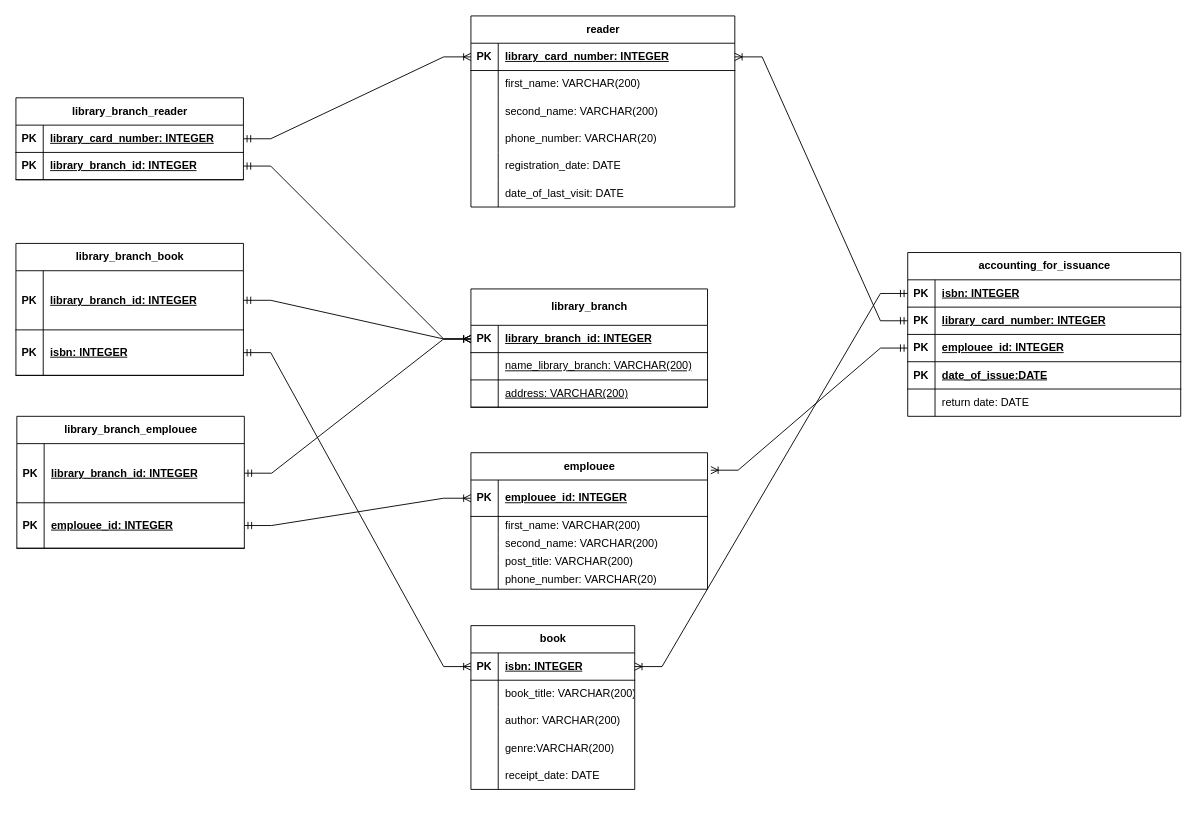
Above: lab1/lab1_task3.drawio in ValentinKonstantinov/-Database (draw.io), before the change. Source tidied: cells renumbered, new cells numbered last; positions are measured from the earlier drawing's top-left corner, leaving out a move shared by most shapes. Both pictures are drawn from the tidied source at 91%, with x=0, y=0 at pixel (15, 15).
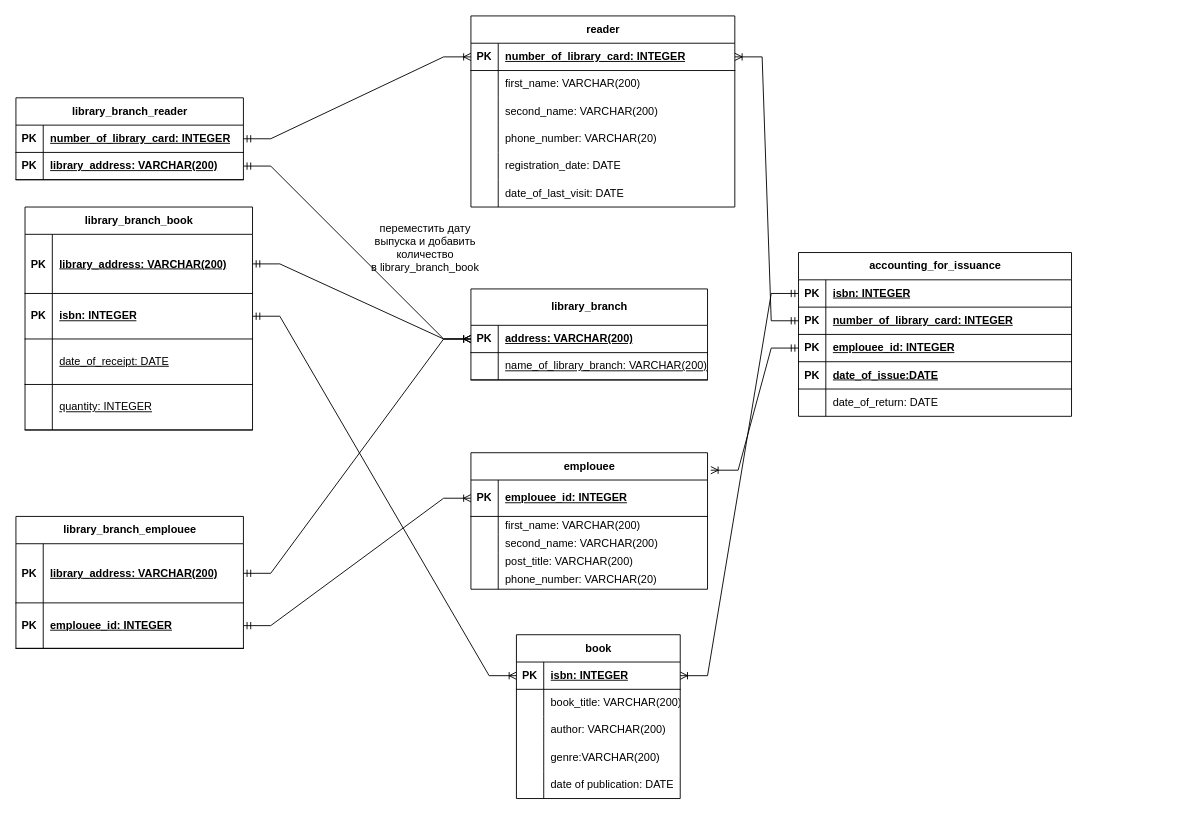
After the change.

Unchanged cells that the change refers to:
```xml
<mxCell id="19" style="shape=tableRow;horizontal=0;startSize=0;swimlaneHead=0;swimlaneBody=0;fillColor=none;points=[[0,0.5],[1,0.5]];portConstraint=eastwest;top=0;left=0;right=0;bottom=1;" parent="18" vertex="1">
  <mxGeometry y="40" width="260" height="30" as="geometry" />
</mxCell>
<mxCell id="22" style="shape=tableRow;horizontal=0;startSize=0;swimlaneHead=0;swimlaneBody=0;fillColor=none;top=0;left=0;right=0;bottom=1;" parent="18" vertex="1">
  <mxGeometry y="70" width="260" height="30" as="geometry" />
</mxCell>
<mxCell id="29" style="shape=tableRow;horizontal=0;startSize=0;swimlaneHead=0;swimlaneBody=0;fillColor=none;points=[[0,0.5],[1,0.5]];portConstraint=eastwest;top=0;left=0;right=0;bottom=1;" parent="28" vertex="1">
  <mxGeometry y="30" width="250" height="65" as="geometry" />
</mxCell>
<mxCell id="48" style="shape=tableRow;horizontal=0;startSize=0;swimlaneHead=0;swimlaneBody=0;fillColor=none;top=0;left=0;right=0;bottom=0;" parent="35" vertex="1">
  <mxGeometry y="150" width="180" height="30" as="geometry" />
</mxCell>
<mxCell id="52" style="shape=tableRow;horizontal=0;startSize=0;swimlaneHead=0;swimlaneBody=0;fillColor=none;points=[[0,0.5],[1,0.5]];portConstraint=eastwest;top=0;left=0;right=0;bottom=1;" parent="51" vertex="1">
  <mxGeometry y="30" width="290" height="30" as="geometry" />
</mxCell>
<mxCell id="74" style="shape=tableRow;horizontal=0;startSize=0;swimlaneHead=0;swimlaneBody=0;fillColor=none;points=[[0,0.5],[1,0.5]];portConstraint=eastwest;top=0;left=0;right=0;bottom=1;" parent="70" vertex="1">
  <mxGeometry y="60" width="300" height="30" as="geometry" />
</mxCell>
<mxCell id="83" style="shape=tableRow;horizontal=0;startSize=0;swimlaneHead=0;swimlaneBody=0;fillColor=none;top=0;left=0;right=0;bottom=0;" parent="70" vertex="1">
  <mxGeometry y="150" width="300" height="30" as="geometry" />
</mxCell>
<mxCell id="94" style="shape=tableRow;horizontal=0;startSize=0;swimlaneHead=0;swimlaneBody=0;fillColor=none;points=[[0,0.5],[1,0.5]];portConstraint=eastwest;top=0;left=0;right=0;bottom=1;" parent="93" vertex="1">
  <mxGeometry y="30" width="250" height="65" as="geometry" />
</mxCell>
<mxCell id="102" style="shape=tableRow;horizontal=0;startSize=0;swimlaneHead=0;swimlaneBody=0;fillColor=none;points=[[0,0.5],[1,0.5]];portConstraint=eastwest;top=0;left=0;right=0;bottom=1;" parent="101" vertex="1">
  <mxGeometry y="30" width="250" height="30" as="geometry" />
</mxCell>
<mxCell id="105" style="shape=tableRow;horizontal=0;startSize=0;swimlaneHead=0;swimlaneBody=0;fillColor=none;points=[[0,0.5],[1,0.5]];portConstraint=eastwest;top=0;left=0;right=0;bottom=1;" parent="101" vertex="1">
  <mxGeometry y="60" width="250" height="30" as="geometry" />
</mxCell>
```

What changed in the source:
```diff
@@
     <mxCell id="18" value="library_branch" style="shape=table;startSize=40;childLayout=tableLayout;rowLines=0;fontStyle=1;align=center;html=1;" parent="1" vertex="1">
-      <mxGeometry x="500" y="300" width="260" height="130" as="geometry" />
+      <mxGeometry x="500" y="300" width="260" height="100" as="geometry" />
     </mxCell>
@@
-    <mxCell id="21" value="library_branch_id: INTEGER" style="shape=partialRectangle;fillColor=none;top=0;left=0;bottom=0;right=0;align=left;spacingLeft=6;fontStyle=5;overflow=hidden;whiteSpace=wrap;html=1;" parent="19" vertex="1">
+    <mxCell id="21" value="address: VARCHAR(200)" style="shape=partialRectangle;fillColor=none;top=0;left=0;bottom=0;right=0;align=left;spacingLeft=6;fontStyle=5;overflow=hidden;whiteSpace=wrap;html=1;" parent="19" vertex="1">
       <mxGeometry x="30" width="230" height="30" as="geometry" />
     </mxCell>
@@
-    <mxCell id="24" value="&lt;span style=&quot;font-weight: normal;&quot;&gt;name_library_branch:&amp;nbsp;VARCHAR(200)&lt;/span&gt;" style="shape=partialRectangle;fillColor=none;top=0;left=0;bottom=0;right=0;align=left;spacingLeft=6;fontStyle=5;overflow=hidden;whiteSpace=wrap;html=1;" parent="22" vertex="1">
+    <mxCell id="24" value="&lt;span style=&quot;font-weight: normal;&quot;&gt;name_of_library_branch:&amp;nbsp;VARCHAR(200)&lt;/span&gt;" style="shape=partialRectangle;fillColor=none;top=0;left=0;bottom=0;right=0;align=left;spacingLeft=6;fontStyle=5;overflow=hidden;whiteSpace=wrap;html=1;" parent="22" vertex="1">
       <mxGeometry x="30" width="230" height="30" as="geometry" />
     </mxCell>
-    <mxCell id="25" style="shape=tableRow;horizontal=0;startSize=0;swimlaneHead=0;swimlaneBody=0;fillColor=none;top=0;left=0;right=0;bottom=1;" parent="18" vertex="1">
-      <mxGeometry y="100" width="260" height="30" as="geometry" />
-    </mxCell>
-    <mxCell id="26" style="shape=partialRectangle;fillColor=none;top=0;left=0;bottom=0;right=0;fontStyle=1;overflow=hidden;whiteSpace=wrap;html=1;" parent="25" vertex="1">
-      <mxGeometry width="30" height="30" as="geometry" />
-    </mxCell>
-    <mxCell id="27" value="&lt;span style=&quot;font-weight: normal;&quot;&gt;address: VARCHAR(200)&lt;/span&gt;" style="shape=partialRectangle;fillColor=none;top=0;left=0;bottom=0;right=0;align=left;spacingLeft=6;fontStyle=5;overflow=hidden;whiteSpace=wrap;html=1;" parent="25" vertex="1">
-      <mxGeometry x="30" width="230" height="30" as="geometry" />
-    </mxCell>
     <mxCell id="28" value="library_branch_emplouee" style="shape=table;startSize=30;childLayout=tableLayout;rowLines=0;fontStyle=1;align=center;html=1;" parent="1" vertex="1">
-      <mxGeometry x="1" y="440" width="250" height="145" as="geometry" />
+      <mxGeometry y="550" width="250" height="145" as="geometry" />
     </mxCell>
@@
-    <mxCell id="31" value="library_branch_id: INTEGER" style="shape=partialRectangle;fillColor=none;top=0;left=0;bottom=0;right=0;align=left;spacingLeft=6;fontStyle=5;overflow=hidden;whiteSpace=wrap;html=1;" parent="29" vertex="1">
+    <mxCell id="31" value="library_address: VARCHAR(200)" style="shape=partialRectangle;fillColor=none;top=0;left=0;bottom=0;right=0;align=left;spacingLeft=6;fontStyle=5;overflow=hidden;whiteSpace=wrap;html=1;" parent="29" vertex="1">
       <mxGeometry x="30" width="220" height="65" as="geometry" />
     </mxCell>
@@
     <mxCell id="35" value="book" style="shape=table;startSize=30;childLayout=tableLayout;rowLines=0;fontStyle=1;align=center;html=1;" parent="1" vertex="1">
-      <mxGeometry x="500" y="670" width="180" height="180" as="geometry" />
+      <mxGeometry x="550" y="680" width="180" height="180" as="geometry" />
     </mxCell>
@@
-    <mxCell id="50" value="receipt_date: DATE" style="shape=partialRectangle;fillColor=none;top=0;left=0;bottom=0;right=0;align=left;spacingLeft=6;overflow=hidden;whiteSpace=wrap;html=1;" parent="48" vertex="1">
+    <mxCell id="50" value="date of publication: DATE" style="shape=partialRectangle;fillColor=none;top=0;left=0;bottom=0;right=0;align=left;spacingLeft=6;overflow=hidden;whiteSpace=wrap;html=1;" parent="48" vertex="1">
       <mxGeometry x="30" width="150" height="30" as="geometry" />
     </mxCell>
@@
-    <mxCell id="54" value="&lt;div&gt;&lt;span style=&quot;background-color: initial;&quot;&gt;library_card_number: INTEGER&lt;/span&gt;&lt;/div&gt;" style="shape=partialRectangle;fillColor=none;top=0;left=0;bottom=0;right=0;align=left;spacingLeft=6;fontStyle=5;overflow=hidden;whiteSpace=wrap;html=1;" parent="52" vertex="1">
+    <mxCell id="54" value="number_of_library_card&lt;span style=&quot;background-color: initial;&quot;&gt;: INTEGER&lt;/span&gt;" style="shape=partialRectangle;fillColor=none;top=0;left=0;bottom=0;right=0;align=left;spacingLeft=6;fontStyle=5;overflow=hidden;whiteSpace=wrap;html=1;" parent="52" vertex="1">
       <mxGeometry x="30" width="260" height="30" as="geometry" />
     </mxCell>
@@
     <mxCell id="70" value="accounting_for_issuance" style="shape=table;startSize=30;childLayout=tableLayout;rowLines=0;fontStyle=1;align=center;html=1;" parent="1" vertex="1">
-      <mxGeometry x="980" y="260" width="300" height="180" as="geometry" />
+      <mxGeometry x="860" y="260" width="300" height="180" as="geometry" />
     </mxCell>
@@
-    <mxCell id="76" value="library_card_number: INTEGER" style="shape=partialRectangle;fillColor=none;top=0;left=0;bottom=0;right=0;align=left;spacingLeft=6;fontStyle=5;overflow=hidden;whiteSpace=wrap;html=1;" parent="74" vertex="1">
+    <mxCell id="76" value="number_of_library_card: INTEGER" style="shape=partialRectangle;fillColor=none;top=0;left=0;bottom=0;right=0;align=left;spacingLeft=6;fontStyle=5;overflow=hidden;whiteSpace=wrap;html=1;" parent="74" vertex="1">
       <mxGeometry x="30" width="270" height="30" as="geometry" />
     </mxCell>
@@
-    <mxCell id="85" value="return date: DATE" style="shape=partialRectangle;fillColor=none;top=0;left=0;bottom=0;right=0;align=left;spacingLeft=6;overflow=hidden;whiteSpace=wrap;html=1;" parent="83" vertex="1">
+    <mxCell id="85" value="date_of_return: DATE" style="shape=partialRectangle;fillColor=none;top=0;left=0;bottom=0;right=0;align=left;spacingLeft=6;overflow=hidden;whiteSpace=wrap;html=1;" parent="83" vertex="1">
       <mxGeometry x="30" width="270" height="30" as="geometry" />
     </mxCell>
@@
     <mxCell id="93" value="library_branch_book" style="shape=table;startSize=30;childLayout=tableLayout;rowLines=0;fontStyle=1;align=center;html=1;" parent="1" vertex="1">
-      <mxGeometry y="250" width="250" height="145" as="geometry" />
+      <mxGeometry x="10" y="210" width="250" height="245" as="geometry" />
     </mxCell>
@@
-    <mxCell id="96" value="library_branch_id: INTEGER" style="shape=partialRectangle;fillColor=none;top=0;left=0;bottom=0;right=0;align=left;spacingLeft=6;fontStyle=5;overflow=hidden;whiteSpace=wrap;html=1;" parent="94" vertex="1">
+    <mxCell id="96" value="library_address: VARCHAR(200)" style="shape=partialRectangle;fillColor=none;top=0;left=0;bottom=0;right=0;align=left;spacingLeft=6;fontStyle=5;overflow=hidden;whiteSpace=wrap;html=1;" parent="94" vertex="1">
       <mxGeometry x="30" width="220" height="65" as="geometry" />
     </mxCell>
@@
+    <mxCell id="109" style="shape=tableRow;horizontal=0;startSize=0;swimlaneHead=0;swimlaneBody=0;fillColor=none;top=0;left=0;right=0;bottom=1;" parent="93" vertex="1">
+      <mxGeometry y="145" width="250" height="50" as="geometry" />
+    </mxCell>
+    <mxCell id="110" style="shape=partialRectangle;fillColor=none;top=0;left=0;bottom=0;right=0;fontStyle=1;overflow=hidden;whiteSpace=wrap;html=1;" parent="109" vertex="1">
+      <mxGeometry width="30" height="50" as="geometry" />
+    </mxCell>
+    <mxCell id="111" value="&lt;h4&gt;&lt;span style=&quot;font-weight: normal;&quot;&gt;date_of_receipt: DATE&lt;/span&gt;&lt;/h4&gt;" style="shape=partialRectangle;fillColor=none;top=0;left=0;bottom=0;right=0;align=left;spacingLeft=6;fontStyle=5;overflow=hidden;whiteSpace=wrap;html=1;" parent="109" vertex="1">
+      <mxGeometry x="30" width="220" height="50" as="geometry" />
+    </mxCell>
+    <mxCell id="112" style="shape=tableRow;horizontal=0;startSize=0;swimlaneHead=0;swimlaneBody=0;fillColor=none;top=0;left=0;right=0;bottom=1;" parent="93" vertex="1">
+      <mxGeometry y="195" width="250" height="50" as="geometry" />
+    </mxCell>
+    <mxCell id="113" style="shape=partialRectangle;fillColor=none;top=0;left=0;bottom=0;right=0;fontStyle=1;overflow=hidden;whiteSpace=wrap;html=1;" parent="112" vertex="1">
+      <mxGeometry width="30" height="50" as="geometry" />
+    </mxCell>
+    <mxCell id="114" value="&lt;h4&gt;&lt;span style=&quot;font-weight: normal;&quot;&gt;quantity: INTEGER&lt;/span&gt;&lt;br&gt;&lt;/h4&gt;" style="shape=partialRectangle;fillColor=none;top=0;left=0;bottom=0;right=0;align=left;spacingLeft=6;fontStyle=5;overflow=hidden;whiteSpace=wrap;html=1;" parent="112" vertex="1">
+      <mxGeometry x="30" width="220" height="50" as="geometry" />
+    </mxCell>
@@
-    <mxCell id="104" value="library_card_number: INTEGER" style="shape=partialRectangle;fillColor=none;top=0;left=0;bottom=0;right=0;align=left;spacingLeft=6;fontStyle=5;overflow=hidden;whiteSpace=wrap;html=1;" parent="102" vertex="1">
+    <mxCell id="104" value="number_of_library_card: INTEGER" style="shape=partialRectangle;fillColor=none;top=0;left=0;bottom=0;right=0;align=left;spacingLeft=6;fontStyle=5;overflow=hidden;whiteSpace=wrap;html=1;" parent="102" vertex="1">
       <mxGeometry x="30" width="220" height="30" as="geometry" />
     </mxCell>
@@
-    <mxCell id="107" value="library_branch_id: INTEGER" style="shape=partialRectangle;fillColor=none;top=0;left=0;bottom=0;right=0;align=left;spacingLeft=6;fontStyle=5;overflow=hidden;whiteSpace=wrap;html=1;" parent="105" vertex="1">
+    <mxCell id="107" value="library_address: VARCHAR(200)" style="shape=partialRectangle;fillColor=none;top=0;left=0;bottom=0;right=0;align=left;spacingLeft=6;fontStyle=5;overflow=hidden;whiteSpace=wrap;html=1;" parent="105" vertex="1">
       <mxGeometry x="30" width="220" height="30" as="geometry" />
     </mxCell>
@@
+    <mxCell id="115" value="переместить дату выпуска и добавить количество в&amp;nbsp;library_branch_book" style="text;html=1;align=center;verticalAlign=middle;whiteSpace=wrap;rounded=0;" parent="1" vertex="1">
+      <mxGeometry x="420" y="240" width="60" height="30" as="geometry" />
+    </mxCell>
```
